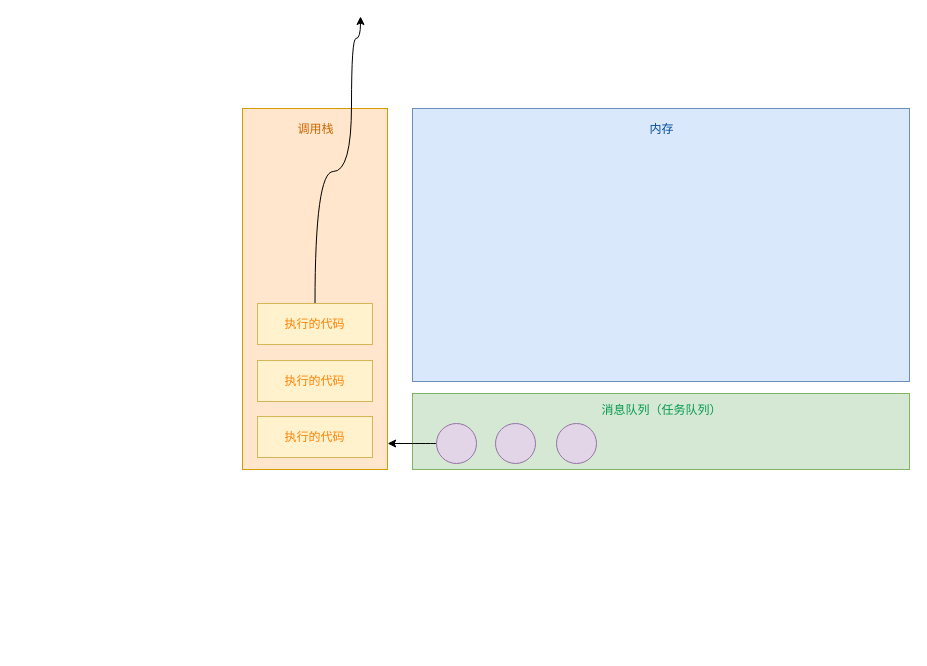
This is javascript/事件循环.drawio from WeiXinao/diagram, a draw.io file, before an edit. Source tidied: cells renumbered, new cells numbered last; positions are measured from the earlier drawing's top-left corner, leaving out a move shared by most shapes. Both pictures are drawn from the tidied source at 100%, with x=0, y=0 at pixel (242, 16).
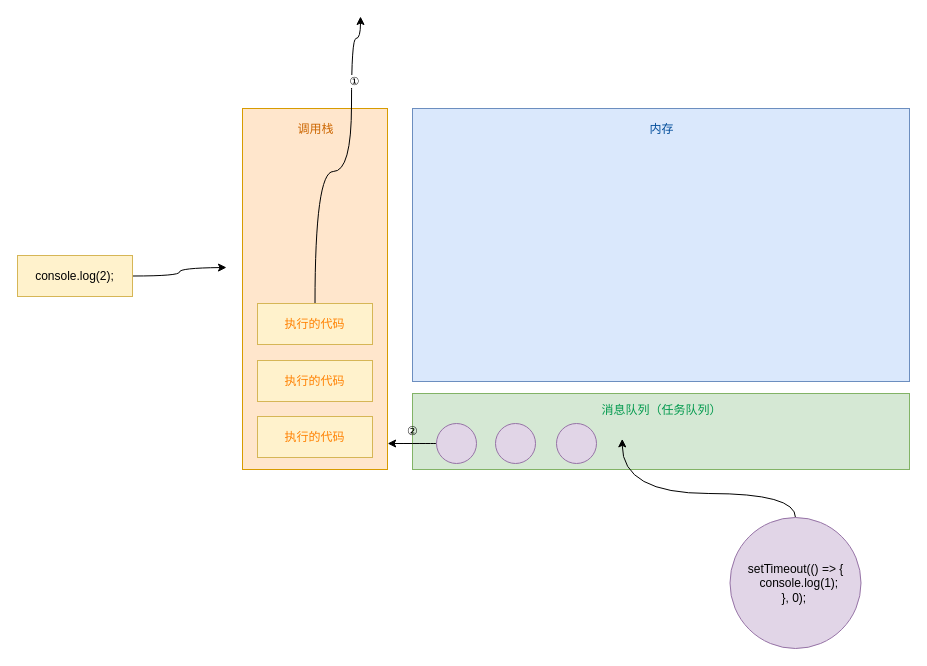
After the change.

Commit message (it also covers changes not shown here):
更新事件循环.drawio

Unchanged cells that the change refers to:
```xml
<mxCell id="8" style="edgeStyle=orthogonalEdgeStyle;curved=1;rounded=0;jettySize=auto;html=1;" parent="1" edge="1" source="9">
  <mxGeometry relative="1" as="geometry">
    <mxPoint x="118" as="targetPoint" />
    <Array as="points">
      <mxPoint x="72" y="155" />
      <mxPoint x="109" y="155" />
      <mxPoint x="109" y="22" />
    </Array>
  </mxGeometry>
</mxCell>
<mxCell id="10" style="whiteSpace=wrap;html=1;fillColor=#d5e8d4;strokeColor=#82b366;" parent="1" vertex="1">
  <mxGeometry x="170" y="377" width="497" height="76" as="geometry" />
</mxCell>
```

What changed in the source:
```diff
@@
+    <mxCell id="16" value="①" style="edgeLabel;html=1;align=center;verticalAlign=middle;" parent="8" vertex="1">
+      <mxGeometry x="0.56" y="-2" relative="1" as="geometry" />
+    </mxCell>
@@
+    <mxCell id="17" value="②" style="text;strokeColor=none;align=center;fillColor=none;html=1;verticalAlign=middle;whiteSpace=wrap;rounded=0;" parent="1" vertex="1">
+      <mxGeometry x="152" y="403.5" width="37" height="23" as="geometry" />
+    </mxCell>
+    <mxCell id="18" style="edgeStyle=orthogonalEdgeStyle;curved=1;rounded=0;jettySize=auto;html=1;entryX=0.422;entryY=0.597;entryDx=0;entryDy=0;entryPerimeter=0;" parent="1" edge="1" source="19" target="10">
+      <mxGeometry relative="1" as="geometry" />
+    </mxCell>
+    <mxCell id="19" value="&lt;div&gt;setTimeout(() =&amp;gt; {&lt;/div&gt;&lt;div&gt;&amp;nbsp; console.log(1);&lt;/div&gt;&lt;div&gt;}, 0);&amp;nbsp;&lt;/div&gt;" style="ellipse;whiteSpace=wrap;html=1;fillColor=#e1d5e7;strokeColor=#9673a6;" parent="1" vertex="1">
+      <mxGeometry x="487.5" y="501" width="131" height="131" as="geometry" />
+    </mxCell>
+    <mxCell id="20" style="edgeStyle=orthogonalEdgeStyle;curved=1;rounded=0;jettySize=auto;html=1;" parent="1" edge="1" source="21">
+      <mxGeometry relative="1" as="geometry">
+        <mxPoint x="-16" y="251" as="targetPoint" />
+      </mxGeometry>
+    </mxCell>
+    <mxCell id="21" value="console.log(2);" style="whiteSpace=wrap;html=1;fillColor=#fff2cc;strokeColor=#d6b656;" parent="1" vertex="1">
+      <mxGeometry x="-225" y="239" width="115" height="41" as="geometry" />
+    </mxCell>
```
